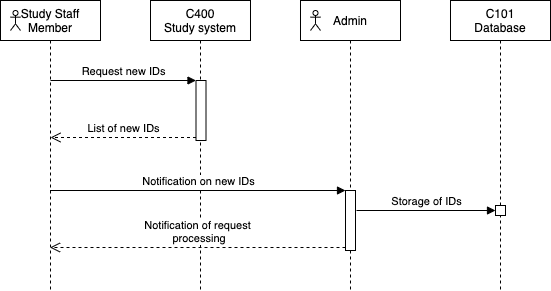
Before: docs/architecture/images/UC6_storeStudyParticipantIds.png, a diagram exported from draw.io (NUMde/compass-numapp). Source tidied: cells renumbered, new cells last; positions are measured from the earlier drawing's top-left corner, leaving out a move shared by most shapes. The source it was exported from:
```xml
<mxGraphModel>
  <root>
    <mxCell id="0" />
    <mxCell id="1" parent="0" />
    <mxCell id="2" value="C101&lt;br&gt;Database" style="shape=umlLifeline;perimeter=lifelinePerimeter;whiteSpace=wrap;html=1;" parent="1" vertex="1">
      <mxGeometry x="450" width="100" height="290" as="geometry" />
    </mxCell>
    <mxCell id="3" value="Admin" style="shape=umlLifeline;perimeter=lifelinePerimeter;whiteSpace=wrap;html=1;" parent="1" vertex="1">
      <mxGeometry x="300" width="100" height="290" as="geometry" />
    </mxCell>
    <mxCell id="4" style="shape=umlActor;verticalLabelPosition=bottom;verticalAlign=top;html=1;fontSize=11;" parent="3" vertex="1">
      <mxGeometry x="10" y="10" width="10" height="20" as="geometry" />
    </mxCell>
    <mxCell id="5" style="html=1;perimeter=orthogonalPerimeter;" parent="3" vertex="1">
      <mxGeometry x="195" y="205" width="10" height="10" as="geometry" />
    </mxCell>
    <mxCell id="6" value="Storage of IDs" style="html=1;verticalAlign=bottom;endArrow=block;entryX=0;entryY=0;" parent="3" edge="1">
      <mxGeometry relative="1" as="geometry">
        <mxPoint x="56" y="210" as="sourcePoint" />
        <mxPoint x="195" y="210" as="targetPoint" />
      </mxGeometry>
    </mxCell>
    <mxCell id="7" style="html=1;points=[];perimeter=orthogonalPerimeter;" parent="3" vertex="1">
      <mxGeometry x="45" y="190" width="10" height="60" as="geometry" />
    </mxCell>
    <mxCell id="8" value="&lt;span&gt;C400&lt;/span&gt;&lt;br&gt;Study system" style="shape=umlLifeline;perimeter=lifelinePerimeter;whiteSpace=wrap;html=1;" parent="1" vertex="1">
      <mxGeometry x="150" width="100" height="290" as="geometry" />
    </mxCell>
    <mxCell id="9" style="html=1;points=[];perimeter=orthogonalPerimeter;" parent="8" vertex="1">
      <mxGeometry x="45.5" y="80" width="10" height="60" as="geometry" />
    </mxCell>
    <mxCell id="10" value="List of new IDs" style="html=1;verticalAlign=bottom;endArrow=open;dashed=1;endSize=8;exitX=0;exitY=0.95;" parent="8" edge="1" source="9">
      <mxGeometry relative="1" as="geometry">
        <mxPoint x="-100" y="137" as="targetPoint" />
      </mxGeometry>
    </mxCell>
    <mxCell id="11" value="Request new IDs" style="html=1;verticalAlign=bottom;endArrow=block;entryX=0;entryY=0;" parent="8" edge="1" target="9">
      <mxGeometry relative="1" as="geometry">
        <mxPoint x="-100" y="80" as="sourcePoint" />
      </mxGeometry>
    </mxCell>
    <mxCell id="12" value="Notification of request&lt;br&gt;&amp;nbsp;processing" style="html=1;verticalAlign=bottom;endArrow=open;dashed=1;endSize=8;exitX=0;exitY=0.95;" parent="1" edge="1" source="7" target="14">
      <mxGeometry relative="1" as="geometry" />
    </mxCell>
    <mxCell id="13" value="Notification on new IDs" style="html=1;verticalAlign=bottom;endArrow=block;entryX=0;entryY=0;" parent="1" edge="1" source="14" target="7">
      <mxGeometry relative="1" as="geometry" />
    </mxCell>
    <mxCell id="14" value="Study Staff Member" style="shape=umlLifeline;perimeter=lifelinePerimeter;whiteSpace=wrap;html=1;outlineConnect=0;" parent="1" vertex="1">
      <mxGeometry width="100" height="290" as="geometry" />
    </mxCell>
    <mxCell id="15" style="shape=umlActor;verticalLabelPosition=bottom;verticalAlign=top;html=1;fontSize=11;" parent="14" vertex="1">
      <mxGeometry x="10" y="10" width="10" height="20" as="geometry" />
    </mxCell>
  </root>
</mxGraphModel>
```
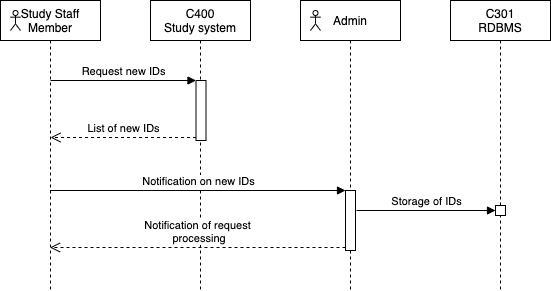
After the commit.

Change to the diagram source:
```diff
@@ -2,7 +2,7 @@
   <root>
     <mxCell id="0" />
     <mxCell id="1" parent="0" />
-    <mxCell id="2" value="C101&lt;br&gt;Database" style="shape=umlLifeline;perimeter=lifelinePerimeter;whiteSpace=wrap;html=1;" parent="1" vertex="1">
+    <mxCell id="2" value="C301&lt;br&gt;RDBMS" style="shape=umlLifeline;perimeter=lifelinePerimeter;whiteSpace=wrap;html=1;" parent="1" vertex="1">
       <mxGeometry x="450" width="100" height="290" as="geometry" />
     </mxCell>
     <mxCell id="3" value="Admin" style="shape=umlLifeline;perimeter=lifelinePerimeter;whiteSpace=wrap;html=1;" parent="1" vertex="1">
```
